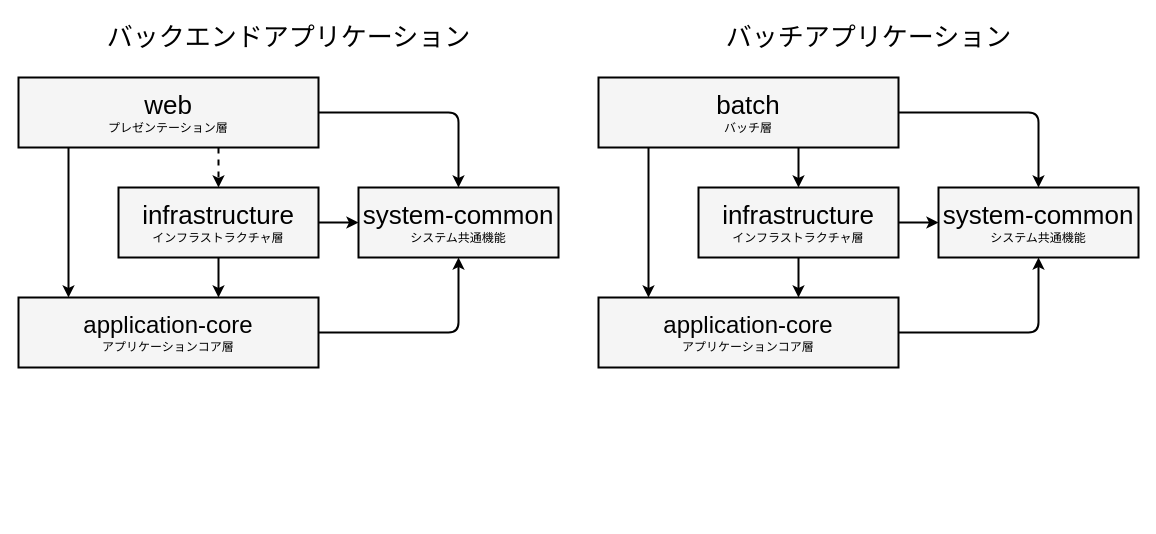
This is documents/_materials/images/guidebooks/how-to-develop/csr/java/subproject-dependencies-light.drawio from AlesInfiny/maia, a draw.io file, before an edit. Source tidied: cells renumbered, new cells numbered last; positions are measured from the earlier drawing's top-left corner, leaving out a move shared by most shapes. Both pictures are drawn from the tidied source at 100%, with x=0, y=0 at pixel (18, 17).
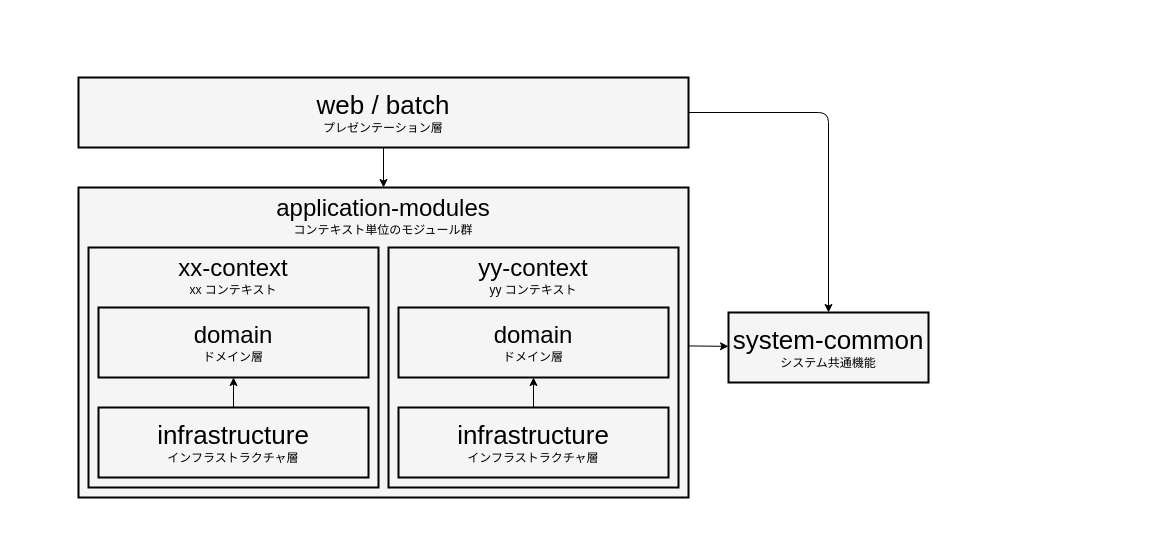
Above is the later version.

What changed in the source:
```diff
@@
-    <mxCell id="2" value="&lt;font style=&quot;font-size: 26px;&quot;&gt;バックエンドアプリケーション&lt;/font&gt;" style="text;html=1;align=center;verticalAlign=middle;strokeColor=none;fillColor=none;fontColor=#000000;" parent="1" vertex="1">
-      <mxGeometry x="75" width="390" height="40" as="geometry" />
-    </mxCell>
-    <mxCell id="3" value="&lt;font style=&quot;font-size: 26px;&quot;&gt;バッチアプリケーション&lt;/font&gt;" style="text;html=1;align=center;verticalAlign=middle;strokeColor=none;fillColor=none;fontColor=#000000;" parent="1" vertex="1">
-      <mxGeometry x="695" width="310" height="40" as="geometry" />
-    </mxCell>
-    <mxCell id="4" style="html=1;strokeWidth=2;entryX=0.5;entryY=1;entryDx=0;entryDy=0;exitX=0.5;exitY=0;exitDx=0;exitDy=0;strokeColor=#000000;fontColor=#000000;" parent="1" edge="1">
-      <mxGeometry relative="1" as="geometry">
-        <mxPoint x="780" y="130" as="sourcePoint" />
-        <mxPoint x="780" y="170" as="targetPoint" />
-      </mxGeometry>
-    </mxCell>
-    <mxCell id="5" value="&lt;span style=&quot;font-size: 26px;&quot;&gt;batch&lt;/span&gt;&lt;br&gt;バッチ層" style="rounded=0;whiteSpace=wrap;html=1;fillColor=#F5F5F5;fontColor=#000000;strokeColor=#000000;strokeWidth=2;" parent="1" vertex="1">
-      <mxGeometry x="580" y="60" width="300" height="70" as="geometry" />
-    </mxCell>
-    <mxCell id="6" value="&lt;font style=&quot;font-size: 24px;&quot;&gt;application-core&lt;br&gt;&lt;/font&gt;アプリケーションコア層" style="rounded=0;whiteSpace=wrap;html=1;fillColor=#F5F5F5;fontColor=#000000;strokeColor=#000000;strokeWidth=2;" parent="1" vertex="1">
-      <mxGeometry x="580" y="280" width="300" height="70" as="geometry" />
-    </mxCell>
-    <mxCell id="7" style="html=1;strokeColor=#000000;strokeWidth=2;entryX=0.5;entryY=1;entryDx=0;entryDy=0;exitX=0.5;exitY=0;exitDx=0;exitDy=0;fontColor=#000000;" parent="1" edge="1">
-      <mxGeometry relative="1" as="geometry">
-        <mxPoint x="780" y="240" as="sourcePoint" />
-        <mxPoint x="780" y="280" as="targetPoint" />
-      </mxGeometry>
-    </mxCell>
-    <mxCell id="8" value="&lt;font style=&quot;font-size: 26px;&quot;&gt;infrastructure&lt;/font&gt;&lt;br&gt;インフラストラクチャ層" style="rounded=0;whiteSpace=wrap;html=1;fillColor=#F5F5F5;fontColor=#000000;strokeColor=#000000;strokeWidth=2;" parent="1" vertex="1">
-      <mxGeometry x="680" y="170" width="200" height="70" as="geometry" />
-    </mxCell>
-    <mxCell id="9" value="&lt;font style=&quot;font-size: 26px;&quot;&gt;system-common&lt;/font&gt;&lt;br&gt;システム共通機能" style="rounded=0;whiteSpace=wrap;html=1;fillColor=#F5F5F5;fontColor=#000000;strokeColor=#000000;strokeWidth=2;" parent="1" vertex="1">
-      <mxGeometry x="920" y="170" width="200" height="70" as="geometry" />
-    </mxCell>
-    <mxCell id="10" style="edgeStyle=orthogonalEdgeStyle;html=1;strokeWidth=2;strokeColor=#000000;fontColor=#000000;" parent="1" edge="1" source="5" target="9">
-      <mxGeometry relative="1" as="geometry" />
-    </mxCell>
-    <mxCell id="11" style="edgeStyle=orthogonalEdgeStyle;html=1;entryX=0.5;entryY=1;entryDx=0;entryDy=0;strokeWidth=2;strokeColor=#000000;fontColor=#000000;" parent="1" edge="1" source="6" target="9">
-      <mxGeometry relative="1" as="geometry" />
-    </mxCell>
-    <mxCell id="12" style="edgeStyle=orthogonalEdgeStyle;html=1;entryX=0;entryY=0.5;entryDx=0;entryDy=0;strokeWidth=2;strokeColor=#000000;fontColor=#000000;" parent="1" edge="1" source="8" target="9">
-      <mxGeometry relative="1" as="geometry" />
-    </mxCell>
-    <mxCell id="13" style="html=1;strokeWidth=2;exitX=0.5;exitY=0;exitDx=0;exitDy=0;strokeColor=#000000;fontColor=#000000;" parent="1" edge="1">
-      <mxGeometry relative="1" as="geometry">
-        <mxPoint x="630" y="130" as="sourcePoint" />
-        <mxPoint x="630" y="280" as="targetPoint" />
-      </mxGeometry>
-    </mxCell>
-    <mxCell id="14" style="html=1;dashed=1;strokeWidth=2;entryX=0.5;entryY=1;entryDx=0;entryDy=0;exitX=0.5;exitY=0;exitDx=0;exitDy=0;strokeColor=#000000;fontColor=#000000;" parent="1" edge="1">
-      <mxGeometry relative="1" as="geometry">
-        <mxPoint x="200" y="130" as="sourcePoint" />
-        <mxPoint x="200" y="170" as="targetPoint" />
-      </mxGeometry>
-    </mxCell>
-    <mxCell id="15" value="&lt;font style=&quot;font-size: 26px;&quot;&gt;web&lt;/font&gt;&lt;br&gt;プレゼンテーション層" style="rounded=0;whiteSpace=wrap;html=1;fillColor=#F5F5F5;fontColor=#000000;strokeColor=#000000;strokeWidth=2;" parent="1" vertex="1">
-      <mxGeometry y="60" width="300" height="70" as="geometry" />
-    </mxCell>
-    <mxCell id="16" value="&lt;font style=&quot;font-size: 24px;&quot;&gt;application-core&lt;br&gt;&lt;/font&gt;アプリケーションコア層" style="rounded=0;whiteSpace=wrap;html=1;fillColor=#F5F5F5;fontColor=#000000;strokeColor=#000000;strokeWidth=2;" parent="1" vertex="1">
-      <mxGeometry y="280" width="300" height="70" as="geometry" />
-    </mxCell>
-    <mxCell id="17" style="html=1;strokeColor=#000000;strokeWidth=2;entryX=0.5;entryY=1;entryDx=0;entryDy=0;exitX=0.5;exitY=0;exitDx=0;exitDy=0;fontColor=#000000;" parent="1" edge="1">
-      <mxGeometry relative="1" as="geometry">
-        <mxPoint x="200" y="240" as="sourcePoint" />
-        <mxPoint x="200" y="280" as="targetPoint" />
-      </mxGeometry>
-    </mxCell>
-    <mxCell id="18" value="&lt;font style=&quot;font-size: 26px;&quot;&gt;infrastructure&lt;/font&gt;&lt;br&gt;インフラストラクチャ層" style="rounded=0;whiteSpace=wrap;html=1;fillColor=#F5F5F5;fontColor=#000000;strokeColor=#000000;strokeWidth=2;" parent="1" vertex="1">
-      <mxGeometry x="100" y="170" width="200" height="70" as="geometry" />
-    </mxCell>
-    <mxCell id="19" value="&lt;font style=&quot;font-size: 26px;&quot;&gt;system-common&lt;/font&gt;&lt;br&gt;システム共通機能" style="rounded=0;whiteSpace=wrap;html=1;fillColor=#F5F5F5;fontColor=#000000;strokeColor=#000000;strokeWidth=2;" parent="1" vertex="1">
-      <mxGeometry x="340" y="170" width="200" height="70" as="geometry" />
-    </mxCell>
-    <mxCell id="20" style="edgeStyle=orthogonalEdgeStyle;html=1;strokeWidth=2;strokeColor=#000000;fontColor=#000000;" parent="1" edge="1" source="15" target="19">
-      <mxGeometry relative="1" as="geometry" />
-    </mxCell>
-    <mxCell id="21" style="edgeStyle=orthogonalEdgeStyle;html=1;entryX=0.5;entryY=1;entryDx=0;entryDy=0;strokeWidth=2;strokeColor=#000000;fontColor=#000000;" parent="1" edge="1" source="16" target="19">
-      <mxGeometry relative="1" as="geometry" />
-    </mxCell>
-    <mxCell id="22" style="edgeStyle=orthogonalEdgeStyle;html=1;entryX=0;entryY=0.5;entryDx=0;entryDy=0;strokeWidth=2;strokeColor=#000000;fontColor=#000000;" parent="1" edge="1" source="18" target="19">
-      <mxGeometry relative="1" as="geometry" />
-    </mxCell>
-    <mxCell id="23" style="html=1;strokeWidth=2;exitX=0.5;exitY=0;exitDx=0;exitDy=0;strokeColor=#000000;fontColor=#000000;" parent="1" edge="1">
-      <mxGeometry relative="1" as="geometry">
-        <mxPoint x="50" y="130" as="sourcePoint" />
-        <mxPoint x="50" y="280" as="targetPoint" />
-      </mxGeometry>
-    </mxCell>
+    <mxCell id="24" style="edgeStyle=orthogonalEdgeStyle;html=1;entryX=0.5;entryY=0;entryDx=0;entryDy=0;exitX=1;exitY=0.5;exitDx=0;exitDy=0;" parent="1" edge="1" source="26" target="27">
+      <mxGeometry relative="1" as="geometry" />
+    </mxCell>
+    <mxCell id="25" style="edgeStyle=none;html=1;" parent="1" edge="1" source="26" target="29">
+      <mxGeometry relative="1" as="geometry" />
+    </mxCell>
+    <mxCell id="26" value="&lt;font style=&quot;font-size: 26px;&quot;&gt;web / batch&lt;/font&gt;&lt;br&gt;プレゼンテーション層" style="rounded=0;whiteSpace=wrap;html=1;fillColor=#F5F5F5;fontColor=#000000;strokeColor=#000000;strokeWidth=2;" parent="1" vertex="1">
+      <mxGeometry x="60" y="60" width="610" height="70" as="geometry" />
+    </mxCell>
+    <mxCell id="27" value="&lt;font style=&quot;font-size: 26px;&quot;&gt;system-common&lt;/font&gt;&lt;br&gt;システム共通機能" style="rounded=0;whiteSpace=wrap;html=1;fillColor=#F5F5F5;fontColor=#000000;strokeColor=#000000;strokeWidth=2;" parent="1" vertex="1">
+      <mxGeometry x="710" y="295" width="200" height="70" as="geometry" />
+    </mxCell>
+    <mxCell id="28" style="group;" parent="1" vertex="1">
+      <mxGeometry x="60" y="170" width="610" height="330" as="geometry" />
+    </mxCell>
+    <mxCell id="29" value="&lt;span style=&quot;font-size: 24px;&quot;&gt;application-modules&lt;/span&gt;&lt;div&gt;&lt;font&gt;コンテキスト単位のモジュール群&lt;/font&gt;&lt;/div&gt;" style="rounded=0;whiteSpace=wrap;html=1;fillColor=#F5F5F5;fontColor=#000000;strokeColor=#000000;strokeWidth=2;verticalAlign=top;" parent="28" vertex="1">
+      <mxGeometry width="610" height="310" as="geometry" />
+    </mxCell>
+    <mxCell id="30" style="group;" parent="28" vertex="1">
+      <mxGeometry x="10" y="60" width="290" height="240" as="geometry" />
+    </mxCell>
+    <mxCell id="31" value="&lt;span style=&quot;font-size: 24px;&quot;&gt;xx-context&lt;/span&gt;&lt;div&gt;&lt;font&gt;xx コンテキスト&lt;/font&gt;&lt;/div&gt;" style="rounded=0;whiteSpace=wrap;html=1;fillColor=#F5F5F5;fontColor=#000000;strokeColor=#000000;strokeWidth=2;verticalAlign=top;" parent="30" vertex="1">
+      <mxGeometry width="290" height="240" as="geometry" />
+    </mxCell>
+    <mxCell id="32" value="&lt;font style=&quot;font-size: 24px;&quot;&gt;domain&lt;/font&gt;&lt;div&gt;ドメイン層&lt;/div&gt;" style="rounded=0;whiteSpace=wrap;html=1;fillColor=#F5F5F5;fontColor=#000000;strokeColor=#000000;strokeWidth=2;" parent="30" vertex="1">
+      <mxGeometry x="10" y="60" width="270" height="70" as="geometry" />
+    </mxCell>
+    <mxCell id="33" value="&lt;font style=&quot;font-size: 26px;&quot;&gt;infrastructure&lt;/font&gt;&lt;br&gt;インフラストラクチャ層" style="rounded=0;whiteSpace=wrap;html=1;fillColor=#F5F5F5;fontColor=#000000;strokeColor=#000000;strokeWidth=2;" parent="30" vertex="1">
+      <mxGeometry x="10" y="160" width="270" height="70" as="geometry" />
+    </mxCell>
+    <mxCell id="34" style="edgeStyle=none;html=1;" parent="30" edge="1" source="33" target="32">
+      <mxGeometry relative="1" as="geometry" />
+    </mxCell>
+    <mxCell id="35" style="group;" parent="28" vertex="1">
+      <mxGeometry x="310" y="60" width="290" height="240" as="geometry" />
+    </mxCell>
+    <mxCell id="36" value="&lt;span style=&quot;font-size: 24px;&quot;&gt;yy-context&lt;/span&gt;&lt;div&gt;&lt;font&gt;yy コンテキスト&lt;/font&gt;&lt;/div&gt;" style="rounded=0;whiteSpace=wrap;html=1;fillColor=#F5F5F5;fontColor=#000000;strokeColor=#000000;strokeWidth=2;verticalAlign=top;" parent="35" vertex="1">
+      <mxGeometry width="290" height="240" as="geometry" />
+    </mxCell>
+    <mxCell id="37" value="&lt;span style=&quot;font-size: 24px;&quot;&gt;domain&lt;/span&gt;&lt;div&gt;ドメイン層&lt;/div&gt;" style="rounded=0;whiteSpace=wrap;html=1;fillColor=#F5F5F5;fontColor=#000000;strokeColor=#000000;strokeWidth=2;" parent="35" vertex="1">
+      <mxGeometry x="10" y="60" width="270" height="70" as="geometry" />
+    </mxCell>
+    <mxCell id="38" value="&lt;font style=&quot;font-size: 26px;&quot;&gt;infrastructure&lt;/font&gt;&lt;br&gt;インフラストラクチャ層" style="rounded=0;whiteSpace=wrap;html=1;fillColor=#F5F5F5;fontColor=#000000;strokeColor=#000000;strokeWidth=2;" parent="35" vertex="1">
+      <mxGeometry x="10" y="160" width="270" height="70" as="geometry" />
+    </mxCell>
+    <mxCell id="39" style="edgeStyle=none;html=1;" parent="35" edge="1" source="38" target="37">
+      <mxGeometry relative="1" as="geometry" />
+    </mxCell>
+    <mxCell id="40" style="edgeStyle=none;html=1;" parent="1" edge="1" source="29" target="27">
+      <mxGeometry relative="1" as="geometry" />
+    </mxCell>
```
